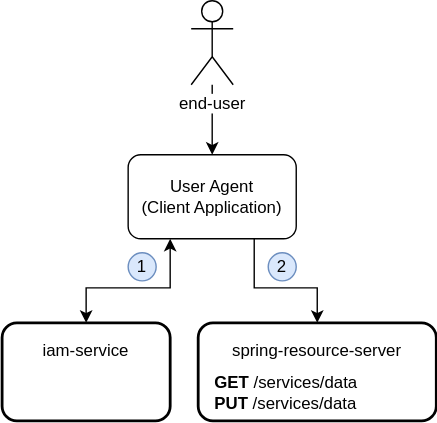
The draw.io diagram iam-examples/spring-resource-server/docs/spring-resource-server.svg in jveverka/iam-service, before a commit. Source tidied: cells renumbered, new cells last; positions are measured from the earlier drawing's top-left corner, leaving out a move shared by most shapes.
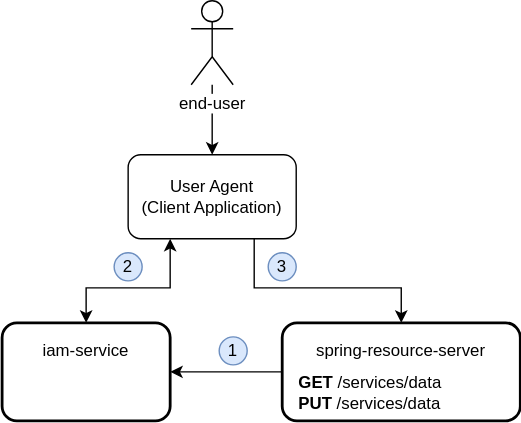
The same diagram one commit later.

The edit, as a diff of the source:
```diff
@@ -14,7 +14,7 @@
       <mxGeometry relative="1" as="geometry">
         <Array as="points">
           <mxPoint x="180" y="205" />
-          <mxPoint x="225" y="205" />
+          <mxPoint x="285" y="205" />
         </Array>
       </mxGeometry>
     </mxCell>
@@ -24,8 +24,11 @@
     <mxCell id="5" style="rounded=1;whiteSpace=wrap;html=1;strokeWidth=2;" parent="1" vertex="1">
       <mxGeometry y="230" width="120" height="70" as="geometry" />
     </mxCell>
+    <mxCell id="14" style="edgeStyle=orthogonalEdgeStyle;rounded=0;jettySize=auto;html=1;" parent="1" edge="1" source="6" target="5">
+      <mxGeometry relative="1" as="geometry" />
+    </mxCell>
     <mxCell id="6" style="rounded=1;whiteSpace=wrap;html=1;strokeWidth=2;" parent="1" vertex="1">
-      <mxGeometry x="140" y="230" width="170" height="70" as="geometry" />
+      <mxGeometry x="200" y="230" width="170" height="70" as="geometry" />
     </mxCell>
     <mxCell id="7" style="edgeStyle=orthogonalEdgeStyle;rounded=0;jettySize=auto;html=1;" parent="1" edge="1" source="8" target="4">
       <mxGeometry relative="1" as="geometry" />
@@ -34,19 +37,22 @@
       <mxGeometry x="135" width="30" height="60" as="geometry" />
     </mxCell>
     <mxCell id="9" value="1" style="ellipse;whiteSpace=wrap;html=1;fillColor=#dae8fc;strokeColor=#6c8ebf;" parent="1" vertex="1">
-      <mxGeometry x="90" y="180" width="20" height="20" as="geometry" />
+      <mxGeometry x="155" y="240" width="20" height="20" as="geometry" />
     </mxCell>
-    <mxCell id="10" value="2" style="ellipse;whiteSpace=wrap;html=1;fillColor=#dae8fc;strokeColor=#6c8ebf;" parent="1" vertex="1">
+    <mxCell id="10" value="3" style="ellipse;whiteSpace=wrap;html=1;fillColor=#dae8fc;strokeColor=#6c8ebf;" parent="1" vertex="1">
       <mxGeometry x="190" y="180" width="20" height="20" as="geometry" />
     </mxCell>
     <mxCell id="11" value="&lt;b&gt;GET&lt;/b&gt; /services/data&lt;br&gt;&lt;b&gt;PUT&lt;/b&gt; /services/data" style="text;html=1;strokeColor=none;fillColor=none;align=left;verticalAlign=middle;whiteSpace=wrap;rounded=0;" parent="1" vertex="1">
-      <mxGeometry x="150" y="260" width="150" height="40" as="geometry" />
+      <mxGeometry x="210" y="260" width="150" height="40" as="geometry" />
     </mxCell>
     <mxCell id="12" value="spring-resource-server" style="text;html=1;strokeColor=none;fillColor=none;align=center;verticalAlign=middle;whiteSpace=wrap;rounded=0;" parent="1" vertex="1">
-      <mxGeometry x="160" y="240" width="130" height="20" as="geometry" />
+      <mxGeometry x="220" y="240" width="130" height="20" as="geometry" />
     </mxCell>
     <mxCell id="13" value="iam-service" style="text;html=1;strokeColor=none;fillColor=none;align=center;verticalAlign=middle;whiteSpace=wrap;rounded=0;" parent="1" vertex="1">
       <mxGeometry x="20" y="240" width="80" height="20" as="geometry" />
     </mxCell>
+    <mxCell id="15" value="2" style="ellipse;whiteSpace=wrap;html=1;fillColor=#dae8fc;strokeColor=#6c8ebf;" parent="1" vertex="1">
+      <mxGeometry x="80" y="180" width="20" height="20" as="geometry" />
+    </mxCell>
   </root>
 </mxGraphModel>
```
